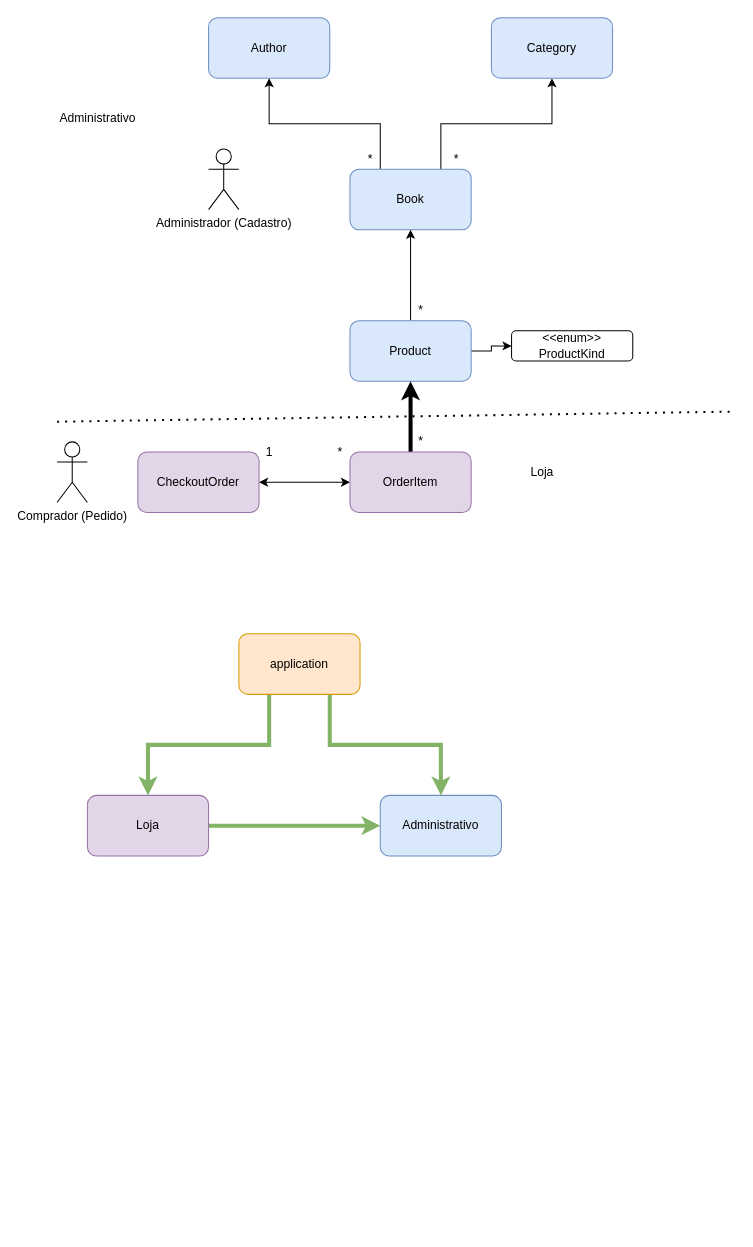
Earlier version of the draw.io diagram diagrama.drawio (alexandreaquiles/fj27-custom-jd). Source tidied: cells renumbered, new cells numbered last; positions are measured from the earlier drawing's top-left corner, leaving out a move shared by most shapes. Both pictures are drawn from the tidied source at 101%, with x=0, y=0 at pixel (52, 17).
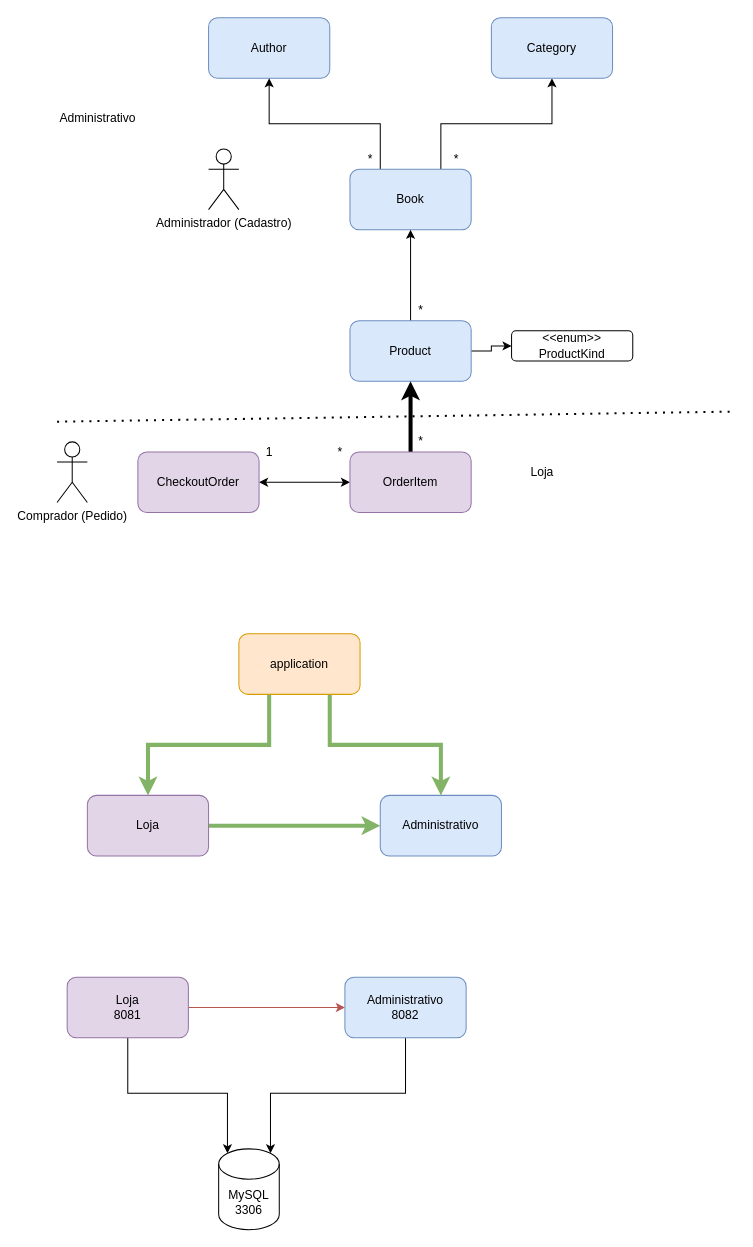
After the change.

Change to the diagram source:
```diff
@@
+    <mxCell id="32" style="edgeStyle=orthogonalEdgeStyle;rounded=0;jettySize=auto;html=1;exitX=0.5;exitY=1;exitDx=0;exitDy=0;entryX=0.145;entryY=0;entryDx=0;entryDy=4.35;entryPerimeter=0;" parent="1" edge="1" source="34" target="37">
+      <mxGeometry relative="1" as="geometry" />
+    </mxCell>
+    <mxCell id="33" style="edgeStyle=orthogonalEdgeStyle;rounded=0;jettySize=auto;html=1;exitX=1;exitY=0.5;exitDx=0;exitDy=0;entryX=0;entryY=0.5;entryDx=0;entryDy=0;fillColor=#f8cecc;strokeColor=#b85450;" parent="1" edge="1" source="34" target="36">
+      <mxGeometry relative="1" as="geometry" />
+    </mxCell>
+    <mxCell id="34" value="Loja&lt;br&gt;8081" style="rounded=1;whiteSpace=wrap;html=1;fillColor=#e1d5e7;strokeColor=#9673a6;" parent="1" vertex="1">
+      <mxGeometry x="15" y="950" width="120" height="60" as="geometry" />
+    </mxCell>
+    <mxCell id="35" style="edgeStyle=orthogonalEdgeStyle;rounded=0;jettySize=auto;html=1;exitX=0.5;exitY=1;exitDx=0;exitDy=0;entryX=0.855;entryY=0;entryDx=0;entryDy=4.35;entryPerimeter=0;" parent="1" edge="1" source="36" target="37">
+      <mxGeometry relative="1" as="geometry" />
+    </mxCell>
+    <mxCell id="36" value="Administrativo&lt;br&gt;8082" style="rounded=1;whiteSpace=wrap;html=1;fillColor=#dae8fc;strokeColor=#6c8ebf;" parent="1" vertex="1">
+      <mxGeometry x="290" y="950" width="120" height="60" as="geometry" />
+    </mxCell>
+    <mxCell id="37" value="MySQL&lt;br&gt;3306" style="shape=cylinder3;whiteSpace=wrap;html=1;boundedLbl=1;backgroundOutline=1;size=15;" parent="1" vertex="1">
+      <mxGeometry x="165" y="1120" width="60" height="80" as="geometry" />
+    </mxCell>
```
